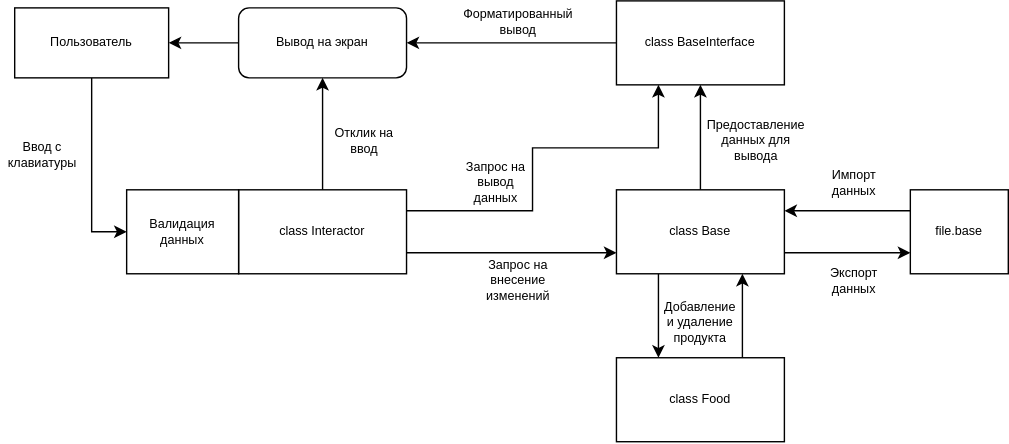
This is Lab_02/Project.drawio.svg from sattiz/MIET, a draw.io export, as it was before one commit. Source tidied: cells renumbered, new cells last; positions are measured from the earlier drawing's top-left corner, leaving out a move shared by most shapes.
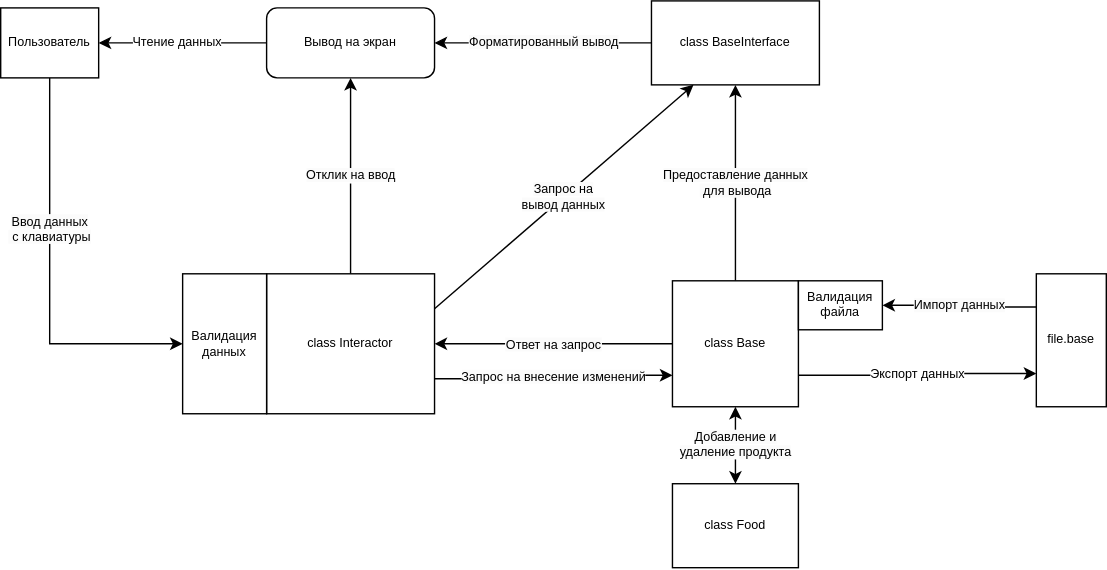
Above is the later version.

Commit message:
Update Lab_02 Report

What changed in the source:
```diff
@@ -2,95 +2,70 @@
   <root>
     <mxCell id="0" />
     <mxCell id="1" parent="0" />
-    <mxCell id="2" style="edgeStyle=orthogonalEdgeStyle;rounded=0;jettySize=auto;html=1;entryX=0;entryY=0.5;entryDx=0;entryDy=0;fontSize=9;" parent="1" edge="1" source="3" target="19">
-      <mxGeometry relative="1" as="geometry" />
+    <mxCell id="2" value="&lt;span style=&quot;color: rgb(0, 0, 0); font-family: Helvetica; font-size: 9px; font-style: normal; font-variant-ligatures: normal; font-variant-caps: normal; font-weight: 400; letter-spacing: normal; orphans: 2; text-align: center; text-indent: 0px; text-transform: none; widows: 2; word-spacing: 0px; -webkit-text-stroke-width: 0px; background-color: rgb(251, 251, 251); text-decoration-thickness: initial; text-decoration-style: initial; text-decoration-color: initial; float: none; display: inline !important;&quot;&gt;Ввод данных&lt;br&gt;&amp;nbsp;с клавиатуры&lt;/span&gt;" style="edgeStyle=orthogonalEdgeStyle;rounded=0;jettySize=auto;html=1;entryX=0;entryY=0.5;entryDx=0;entryDy=0;fontSize=9;spacing=2;exitX=0.5;exitY=1;exitDx=0;exitDy=0;" parent="1" edge="1" source="3" target="19">
+      <mxGeometry x="-0.25" relative="1" as="geometry" />
     </mxCell>
-    <mxCell id="3" value="Пользователь" style="rounded=0;whiteSpace=wrap;html=1;fontSize=9;" parent="1" vertex="1">
-      <mxGeometry x="10" y="5" width="110" height="50" as="geometry" />
+    <mxCell id="3" value="Пользователь" style="rounded=0;whiteSpace=wrap;html=1;fontSize=9;spacing=2;" parent="1" vertex="1">
+      <mxGeometry x="-20" y="5" width="70" height="50" as="geometry" />
     </mxCell>
-    <mxCell id="4" style="edgeStyle=orthogonalEdgeStyle;rounded=0;jettySize=auto;html=1;entryX=0.5;entryY=1;entryDx=0;entryDy=0;fontSize=9;" parent="1" edge="1" source="7" target="17">
+    <mxCell id="4" value="&lt;span style=&quot;color: rgb(0, 0, 0); font-family: Helvetica; font-size: 9px; font-style: normal; font-variant-ligatures: normal; font-variant-caps: normal; font-weight: 400; letter-spacing: normal; orphans: 2; text-align: center; text-indent: 0px; text-transform: none; widows: 2; word-spacing: 0px; -webkit-text-stroke-width: 0px; background-color: rgb(251, 251, 251); text-decoration-thickness: initial; text-decoration-style: initial; text-decoration-color: initial; float: none; display: inline !important;&quot;&gt;Отклик на ввод&lt;/span&gt;" style="edgeStyle=orthogonalEdgeStyle;rounded=0;jettySize=auto;html=1;entryX=0.5;entryY=1;entryDx=0;entryDy=0;fontSize=9;spacing=2;" parent="1" edge="1" source="7" target="17">
       <mxGeometry relative="1" as="geometry" />
     </mxCell>
-    <mxCell id="5" style="edgeStyle=orthogonalEdgeStyle;rounded=0;jettySize=auto;html=1;entryX=0;entryY=0.75;entryDx=0;entryDy=0;exitX=1;exitY=0.75;exitDx=0;exitDy=0;fontSize=9;" parent="1" edge="1" source="7" target="11">
+    <mxCell id="5" value="&lt;span style=&quot;color: rgb(0, 0, 0); font-family: Helvetica; font-size: 9px; font-style: normal; font-variant-ligatures: normal; font-variant-caps: normal; font-weight: 400; letter-spacing: normal; orphans: 2; text-align: center; text-indent: 0px; text-transform: none; widows: 2; word-spacing: 0px; -webkit-text-stroke-width: 0px; background-color: rgb(251, 251, 251); text-decoration-thickness: initial; text-decoration-style: initial; text-decoration-color: initial; float: none; display: inline !important;&quot;&gt;Запрос на внесение изменений&lt;/span&gt;" style="edgeStyle=orthogonalEdgeStyle;rounded=0;jettySize=auto;html=1;entryX=0;entryY=0.75;entryDx=0;entryDy=0;exitX=1;exitY=0.75;exitDx=0;exitDy=0;fontSize=9;spacing=2;" parent="1" edge="1" source="7" target="11">
       <mxGeometry relative="1" as="geometry" />
     </mxCell>
-    <mxCell id="6" style="edgeStyle=orthogonalEdgeStyle;rounded=0;jettySize=auto;html=1;entryX=0.25;entryY=1;entryDx=0;entryDy=0;fontSize=9;exitX=1;exitY=0.25;exitDx=0;exitDy=0;" parent="1" edge="1" source="7" target="13">
-      <mxGeometry relative="1" as="geometry">
-        <Array as="points">
-          <mxPoint x="380" y="150" />
-          <mxPoint x="380" y="105" />
-          <mxPoint x="470" y="105" />
-        </Array>
-      </mxGeometry>
-    </mxCell>
-    <mxCell id="7" value="class Interactor" style="rounded=0;whiteSpace=wrap;html=1;fontSize=9;" parent="1" vertex="1">
-      <mxGeometry x="170" y="135" width="120" height="60" as="geometry" />
+    <mxCell id="7" value="class Interactor" style="rounded=0;whiteSpace=wrap;html=1;fontSize=9;spacing=2;" parent="1" vertex="1">
+      <mxGeometry x="170" y="195" width="120" height="100" as="geometry" />
     </mxCell>
-    <mxCell id="8" style="edgeStyle=orthogonalEdgeStyle;rounded=0;jettySize=auto;html=1;entryX=0.25;entryY=0;entryDx=0;entryDy=0;exitX=0.25;exitY=1;exitDx=0;exitDy=0;fontSize=9;" parent="1" edge="1" source="11" target="15">
-      <mxGeometry relative="1" as="geometry" />
-    </mxCell>
-    <mxCell id="9" style="edgeStyle=orthogonalEdgeStyle;rounded=0;jettySize=auto;html=1;entryX=0.5;entryY=1;entryDx=0;entryDy=0;fontSize=9;" parent="1" edge="1" source="11" target="13">
+    <mxCell id="9" value="&lt;span style=&quot;color: rgb(0, 0, 0); font-family: Helvetica; font-size: 9px; font-style: normal; font-variant-ligatures: normal; font-variant-caps: normal; font-weight: 400; letter-spacing: normal; orphans: 2; text-align: center; text-indent: 0px; text-transform: none; widows: 2; word-spacing: 0px; -webkit-text-stroke-width: 0px; background-color: rgb(251, 251, 251); text-decoration-thickness: initial; text-decoration-style: initial; text-decoration-color: initial; float: none; display: inline !important;&quot;&gt;Предоставление данных&lt;br&gt;&amp;nbsp;для вывода&lt;/span&gt;" style="edgeStyle=orthogonalEdgeStyle;rounded=0;jettySize=auto;html=1;entryX=0.5;entryY=1;entryDx=0;entryDy=0;fontSize=9;spacing=2;exitX=0.5;exitY=0;exitDx=0;exitDy=0;" parent="1" edge="1" source="11" target="13">
       <mxGeometry relative="1" as="geometry" />
     </mxCell>
-    <mxCell id="10" style="edgeStyle=orthogonalEdgeStyle;rounded=0;jettySize=auto;html=1;entryX=0;entryY=0.75;entryDx=0;entryDy=0;exitX=1;exitY=0.75;exitDx=0;exitDy=0;fontSize=9;" parent="1" edge="1" source="11" target="21">
+    <mxCell id="10" value="Экспорт данных" style="edgeStyle=orthogonalEdgeStyle;rounded=0;jettySize=auto;html=1;entryX=0;entryY=0.75;entryDx=0;entryDy=0;exitX=1;exitY=0.75;exitDx=0;exitDy=0;fontSize=9;spacing=2;" parent="1" edge="1" source="11" target="21">
       <mxGeometry relative="1" as="geometry" />
     </mxCell>
+    <mxCell id="30" value="&lt;span style=&quot;color: rgb(0, 0, 0); font-family: Helvetica; font-size: 9px; font-style: normal; font-variant-ligatures: normal; font-variant-caps: normal; font-weight: 400; letter-spacing: normal; orphans: 2; text-align: center; text-indent: 0px; text-transform: none; widows: 2; word-spacing: 0px; -webkit-text-stroke-width: 0px; background-color: rgb(251, 251, 251); text-decoration-thickness: initial; text-decoration-style: initial; text-decoration-color: initial; float: none; display: inline !important;&quot;&gt;Ответ на запрос&lt;/span&gt;" style="edgeStyle=orthogonalEdgeStyle;rounded=0;jettySize=auto;html=1;entryX=1;entryY=0.5;entryDx=0;entryDy=0;spacing=2;" parent="1" edge="1" source="11" target="7">
+      <mxGeometry relative="1" as="geometry" />
+    </mxCell>
-    <mxCell id="11" value="class Base" style="rounded=0;whiteSpace=wrap;html=1;fontSize=9;" parent="1" vertex="1">
-      <mxGeometry x="440" y="135" width="120" height="60" as="geometry" />
+    <mxCell id="11" value="class Base" style="rounded=0;whiteSpace=wrap;html=1;fontSize=9;spacing=2;" parent="1" vertex="1">
+      <mxGeometry x="460" y="200" width="90" height="90" as="geometry" />
     </mxCell>
-    <mxCell id="12" style="edgeStyle=orthogonalEdgeStyle;rounded=0;jettySize=auto;html=1;entryX=1;entryY=0.5;entryDx=0;entryDy=0;fontSize=9;" parent="1" edge="1" source="13" target="17">
+    <mxCell id="12" value="&lt;span style=&quot;color: rgb(0, 0, 0); font-family: Helvetica; font-size: 9px; font-style: normal; font-variant-ligatures: normal; font-variant-caps: normal; font-weight: 400; letter-spacing: normal; orphans: 2; text-align: center; text-indent: 0px; text-transform: none; widows: 2; word-spacing: 0px; -webkit-text-stroke-width: 0px; background-color: rgb(251, 251, 251); text-decoration-thickness: initial; text-decoration-style: initial; text-decoration-color: initial; float: none; display: inline !important;&quot;&gt;Форматированный вывод&lt;/span&gt;" style="edgeStyle=orthogonalEdgeStyle;rounded=0;jettySize=auto;html=1;entryX=1;entryY=0.5;entryDx=0;entryDy=0;fontSize=9;spacing=2;" parent="1" edge="1" source="13" target="17">
       <mxGeometry relative="1" as="geometry" />
     </mxCell>
-    <mxCell id="13" value="class BaseInterface" style="rounded=0;whiteSpace=wrap;html=1;fontSize=9;" parent="1" vertex="1">
-      <mxGeometry x="440" width="120" height="60" as="geometry" />
+    <mxCell id="13" value="class BaseInterface" style="rounded=0;whiteSpace=wrap;html=1;fontSize=9;spacing=2;" parent="1" vertex="1">
+      <mxGeometry x="445" width="120" height="60" as="geometry" />
     </mxCell>
-    <mxCell id="14" style="edgeStyle=orthogonalEdgeStyle;rounded=0;jettySize=auto;html=1;entryX=0.75;entryY=1;entryDx=0;entryDy=0;exitX=0.75;exitY=0;exitDx=0;exitDy=0;fontSize=9;" parent="1" edge="1" source="15" target="11">
-      <mxGeometry relative="1" as="geometry" />
-    </mxCell>
-    <mxCell id="15" value="class Food" style="rounded=0;whiteSpace=wrap;html=1;fontSize=9;" parent="1" vertex="1">
-      <mxGeometry x="440" y="255" width="120" height="60" as="geometry" />
+    <mxCell id="15" value="class Food" style="rounded=0;whiteSpace=wrap;html=1;fontSize=9;spacing=2;" parent="1" vertex="1">
+      <mxGeometry x="460" y="345" width="90" height="60" as="geometry" />
     </mxCell>
-    <mxCell id="16" style="edgeStyle=orthogonalEdgeStyle;rounded=0;jettySize=auto;html=1;entryX=1;entryY=0.5;entryDx=0;entryDy=0;fontSize=9;" parent="1" edge="1" source="17" target="3">
+    <mxCell id="16" style="edgeStyle=orthogonalEdgeStyle;rounded=0;jettySize=auto;html=1;entryX=1;entryY=0.5;entryDx=0;entryDy=0;fontSize=9;spacing=2;" parent="1" edge="1" source="17" target="3">
       <mxGeometry relative="1" as="geometry" />
     </mxCell>
+    <mxCell id="31" value="Чтение данных" style="edgeLabel;html=1;align=center;verticalAlign=middle;fontSize=9;" parent="16" vertex="1">
+      <mxGeometry x="0.2" relative="1" as="geometry">
+        <mxPoint x="8" as="offset" />
+      </mxGeometry>
+    </mxCell>
-    <mxCell id="17" value="Вывод на экран" style="rounded=1;whiteSpace=wrap;html=1;fontSize=9;" parent="1" vertex="1">
+    <mxCell id="17" value="Вывод на экран" style="rounded=1;whiteSpace=wrap;html=1;fontSize=9;spacing=2;" parent="1" vertex="1">
       <mxGeometry x="170" y="5" width="120" height="50" as="geometry" />
     </mxCell>
-    <mxCell id="18" value="Ввод с клавиатуры" style="text;html=1;strokeColor=none;fillColor=none;align=center;verticalAlign=middle;whiteSpace=wrap;rounded=0;fontSize=9;" parent="1" vertex="1">
-      <mxGeometry y="95" width="60" height="30" as="geometry" />
-    </mxCell>
-    <mxCell id="19" value="Валидация данных" style="rounded=0;whiteSpace=wrap;html=1;fontSize=9;" parent="1" vertex="1">
-      <mxGeometry x="90" y="135" width="80" height="60" as="geometry" />
+    <mxCell id="19" value="Валидация данных" style="rounded=0;whiteSpace=wrap;html=1;fontSize=9;spacing=2;" parent="1" vertex="1">
+      <mxGeometry x="110" y="195" width="60" height="100" as="geometry" />
     </mxCell>
-    <mxCell id="20" style="edgeStyle=orthogonalEdgeStyle;rounded=0;jettySize=auto;html=1;entryX=1;entryY=0.25;entryDx=0;entryDy=0;exitX=0;exitY=0.25;exitDx=0;exitDy=0;fontSize=9;" parent="1" edge="1" source="21" target="11">
+    <mxCell id="20" value="&lt;span style=&quot;color: rgb(0, 0, 0); font-family: Helvetica; font-size: 9px; font-style: normal; font-variant-ligatures: normal; font-variant-caps: normal; font-weight: 400; letter-spacing: normal; orphans: 2; text-align: center; text-indent: 0px; text-transform: none; widows: 2; word-spacing: 0px; -webkit-text-stroke-width: 0px; background-color: rgb(251, 251, 251); text-decoration-thickness: initial; text-decoration-style: initial; text-decoration-color: initial; float: none; display: inline !important;&quot;&gt;Импорт данных&lt;/span&gt;" style="edgeStyle=orthogonalEdgeStyle;rounded=0;jettySize=auto;html=1;exitX=0;exitY=0.25;exitDx=0;exitDy=0;fontSize=9;spacing=2;entryX=1;entryY=0.5;entryDx=0;entryDy=0;" parent="1" edge="1" source="21" target="32">
       <mxGeometry relative="1" as="geometry" />
     </mxCell>
-    <mxCell id="21" value="file.base" style="rounded=0;whiteSpace=wrap;html=1;fontSize=9;" parent="1" vertex="1">
-      <mxGeometry x="650" y="135" width="70" height="60" as="geometry" />
+    <mxCell id="21" value="file.base" style="rounded=0;whiteSpace=wrap;html=1;fontSize=9;spacing=2;" parent="1" vertex="1">
+      <mxGeometry x="720" y="195" width="50" height="95" as="geometry" />
     </mxCell>
-    <mxCell id="22" value="Форматированный вывод" style="text;html=1;strokeColor=none;fillColor=none;align=center;verticalAlign=middle;whiteSpace=wrap;rounded=0;fontSize=9;" parent="1" vertex="1">
-      <mxGeometry x="340" width="60" height="30" as="geometry" />
-    </mxCell>
-    <mxCell id="23" value="Импорт данных" style="text;html=1;strokeColor=none;fillColor=none;align=center;verticalAlign=middle;whiteSpace=wrap;rounded=0;fontSize=9;" parent="1" vertex="1">
-      <mxGeometry x="580" y="115" width="60" height="30" as="geometry" />
-    </mxCell>
-    <mxCell id="24" value="Экспорт данных" style="text;html=1;strokeColor=none;fillColor=none;align=center;verticalAlign=middle;whiteSpace=wrap;rounded=0;fontSize=9;" parent="1" vertex="1">
-      <mxGeometry x="580" y="185" width="60" height="30" as="geometry" />
-    </mxCell>
+    <mxCell id="32" value="Валидация&lt;br&gt;файла" style="rounded=0;whiteSpace=wrap;html=1;fontSize=9;" parent="1" vertex="1">
+      <mxGeometry x="550" y="200" width="60" height="35" as="geometry" />
+    </mxCell>
-    <mxCell id="25" value="Добавление и удаление продукта" style="text;html=1;strokeColor=none;fillColor=none;align=center;verticalAlign=middle;whiteSpace=wrap;rounded=0;fontSize=9;" parent="1" vertex="1">
-      <mxGeometry x="470" y="215" width="60" height="30" as="geometry" />
+    <mxCell id="25" value="&lt;span style=&quot;color: rgb(0, 0, 0); font-family: Helvetica; font-size: 9px; font-style: normal; font-variant-ligatures: normal; font-variant-caps: normal; font-weight: 400; letter-spacing: normal; orphans: 2; text-align: center; text-indent: 0px; text-transform: none; widows: 2; word-spacing: 0px; -webkit-text-stroke-width: 0px; background-color: rgb(251, 251, 251); text-decoration-thickness: initial; text-decoration-style: initial; text-decoration-color: initial; float: none; display: inline !important;&quot;&gt;Добавление и &lt;br&gt;удаление продукта&lt;/span&gt;" style="endArrow=classic;startArrow=classic;html=1;rounded=0;fontSize=9;entryX=0.5;entryY=1;entryDx=0;entryDy=0;exitX=0.5;exitY=0;exitDx=0;exitDy=0;spacingLeft=0;spacingRight=0;" parent="1" edge="1" source="15" target="11">
+      <mxGeometry relative="1" as="geometry" />
     </mxCell>
-    <mxCell id="26" value="Предоставление данных для вывода" style="text;html=1;strokeColor=none;fillColor=none;align=center;verticalAlign=middle;whiteSpace=wrap;rounded=0;fontSize=9;" parent="1" vertex="1">
-      <mxGeometry x="510" y="85" width="60" height="30" as="geometry" />
-    </mxCell>
-    <mxCell id="27" value="Отклик на ввод" style="text;html=1;strokeColor=none;fillColor=none;align=center;verticalAlign=middle;whiteSpace=wrap;rounded=0;fontSize=9;" parent="1" vertex="1">
-      <mxGeometry x="230" y="85" width="60" height="30" as="geometry" />
-    </mxCell>
-    <mxCell id="28" value="Запрос на внесение изменений" style="text;html=1;strokeColor=none;fillColor=none;align=center;verticalAlign=middle;whiteSpace=wrap;rounded=0;fontSize=9;" parent="1" vertex="1">
-      <mxGeometry x="340" y="185" width="60" height="30" as="geometry" />
-    </mxCell>
-    <mxCell id="29" value="Запрос на вывод данных" style="text;html=1;strokeColor=none;fillColor=none;align=center;verticalAlign=middle;whiteSpace=wrap;rounded=0;fontSize=9;" parent="1" vertex="1">
-      <mxGeometry x="324" y="115" width="60" height="30" as="geometry" />
+    <mxCell id="29" value="&lt;span style=&quot;color: rgb(0, 0, 0); font-family: Helvetica; font-size: 9px; font-style: normal; font-variant-ligatures: normal; font-variant-caps: normal; font-weight: 400; letter-spacing: normal; orphans: 2; text-align: center; text-indent: 0px; text-transform: none; widows: 2; word-spacing: 0px; -webkit-text-stroke-width: 0px; background-color: rgb(251, 251, 251); text-decoration-thickness: initial; text-decoration-style: initial; text-decoration-color: initial; float: none; display: inline !important;&quot;&gt;Запрос на&lt;/span&gt;&lt;br style=&quot;border-color: var(--border-color); color: rgb(0, 0, 0); font-family: Helvetica; font-size: 9px; font-style: normal; font-variant-ligatures: normal; font-variant-caps: normal; font-weight: 400; letter-spacing: normal; orphans: 2; text-align: center; text-indent: 0px; text-transform: none; widows: 2; word-spacing: 0px; -webkit-text-stroke-width: 0px; text-decoration-thickness: initial; text-decoration-style: initial; text-decoration-color: initial;&quot;&gt;&lt;span style=&quot;color: rgb(0, 0, 0); font-family: Helvetica; font-size: 9px; font-style: normal; font-variant-ligatures: normal; font-variant-caps: normal; font-weight: 400; letter-spacing: normal; orphans: 2; text-align: center; text-indent: 0px; text-transform: none; widows: 2; word-spacing: 0px; -webkit-text-stroke-width: 0px; background-color: rgb(251, 251, 251); text-decoration-thickness: initial; text-decoration-style: initial; text-decoration-color: initial; float: none; display: inline !important;&quot;&gt;вывод данных&lt;/span&gt;" style="endArrow=classic;html=1;rounded=0;fontSize=9;exitX=1;exitY=0.25;exitDx=0;exitDy=0;entryX=0.25;entryY=1;entryDx=0;entryDy=0;" parent="1" edge="1" source="7" target="13">
+      <mxGeometry relative="1" as="geometry" />
     </mxCell>
   </root>
 </mxGraphModel>
```
